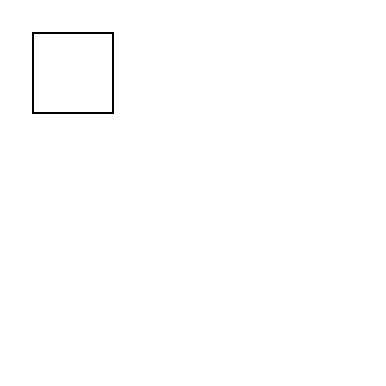
Before: 格子.drawio in As-The-Wind/game-of-life-4-4, a draw.io diagram. Source tidied: cells renumbered, new cells numbered last; positions are measured from the earlier drawing's top-left corner, leaving out a move shared by most shapes. Both pictures are drawn from the tidied source at 200%, with x=0, y=0 at pixel (32, 32).
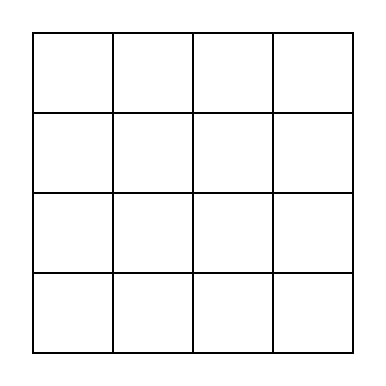
Above is the later version.

What changed in the source:
```diff
@@
 <mxGraphModel>
   <root>
     <mxCell id="0" />
     <mxCell id="1" parent="0" />
     <mxCell id="2" style="rounded=0;whiteSpace=wrap;html=1;" parent="1" vertex="1">
       <mxGeometry width="40" height="40" as="geometry" />
     </mxCell>
+    <mxCell id="3" style="rounded=0;whiteSpace=wrap;html=1;" parent="1" vertex="1">
+      <mxGeometry x="40" width="40" height="40" as="geometry" />
+    </mxCell>
+    <mxCell id="4" style="rounded=0;whiteSpace=wrap;html=1;" parent="1" vertex="1">
+      <mxGeometry x="80" width="40" height="40" as="geometry" />
+    </mxCell>
+    <mxCell id="5" style="rounded=0;whiteSpace=wrap;html=1;" parent="1" vertex="1">
+      <mxGeometry x="120" width="40" height="40" as="geometry" />
+    </mxCell>
+    <mxCell id="6" style="rounded=0;whiteSpace=wrap;html=1;" parent="1" vertex="1">
+      <mxGeometry y="40" width="40" height="40" as="geometry" />
+    </mxCell>
+    <mxCell id="7" style="rounded=0;whiteSpace=wrap;html=1;" parent="1" vertex="1">
+      <mxGeometry x="40" y="40" width="40" height="40" as="geometry" />
+    </mxCell>
+    <mxCell id="8" style="rounded=0;whiteSpace=wrap;html=1;" parent="1" vertex="1">
+      <mxGeometry x="80" y="40" width="40" height="40" as="geometry" />
+    </mxCell>
+    <mxCell id="9" style="rounded=0;whiteSpace=wrap;html=1;" parent="1" vertex="1">
+      <mxGeometry x="120" y="40" width="40" height="40" as="geometry" />
+    </mxCell>
+    <mxCell id="10" style="rounded=0;whiteSpace=wrap;html=1;" parent="1" vertex="1">
+      <mxGeometry y="80" width="40" height="40" as="geometry" />
+    </mxCell>
+    <mxCell id="11" style="rounded=0;whiteSpace=wrap;html=1;" parent="1" vertex="1">
+      <mxGeometry x="40" y="80" width="40" height="40" as="geometry" />
+    </mxCell>
+    <mxCell id="12" style="rounded=0;whiteSpace=wrap;html=1;" parent="1" vertex="1">
+      <mxGeometry x="80" y="80" width="40" height="40" as="geometry" />
+    </mxCell>
+    <mxCell id="13" style="rounded=0;whiteSpace=wrap;html=1;" parent="1" vertex="1">
+      <mxGeometry x="120" y="80" width="40" height="40" as="geometry" />
+    </mxCell>
+    <mxCell id="14" style="rounded=0;whiteSpace=wrap;html=1;" parent="1" vertex="1">
+      <mxGeometry y="120" width="40" height="40" as="geometry" />
+    </mxCell>
+    <mxCell id="15" style="rounded=0;whiteSpace=wrap;html=1;" parent="1" vertex="1">
+      <mxGeometry x="40" y="120" width="40" height="40" as="geometry" />
+    </mxCell>
+    <mxCell id="16" style="rounded=0;whiteSpace=wrap;html=1;" parent="1" vertex="1">
+      <mxGeometry x="80" y="120" width="40" height="40" as="geometry" />
+    </mxCell>
+    <mxCell id="17" style="rounded=0;whiteSpace=wrap;html=1;" parent="1" vertex="1">
+      <mxGeometry x="120" y="120" width="40" height="40" as="geometry" />
+    </mxCell>
   </root>
 </mxGraphModel>
```
